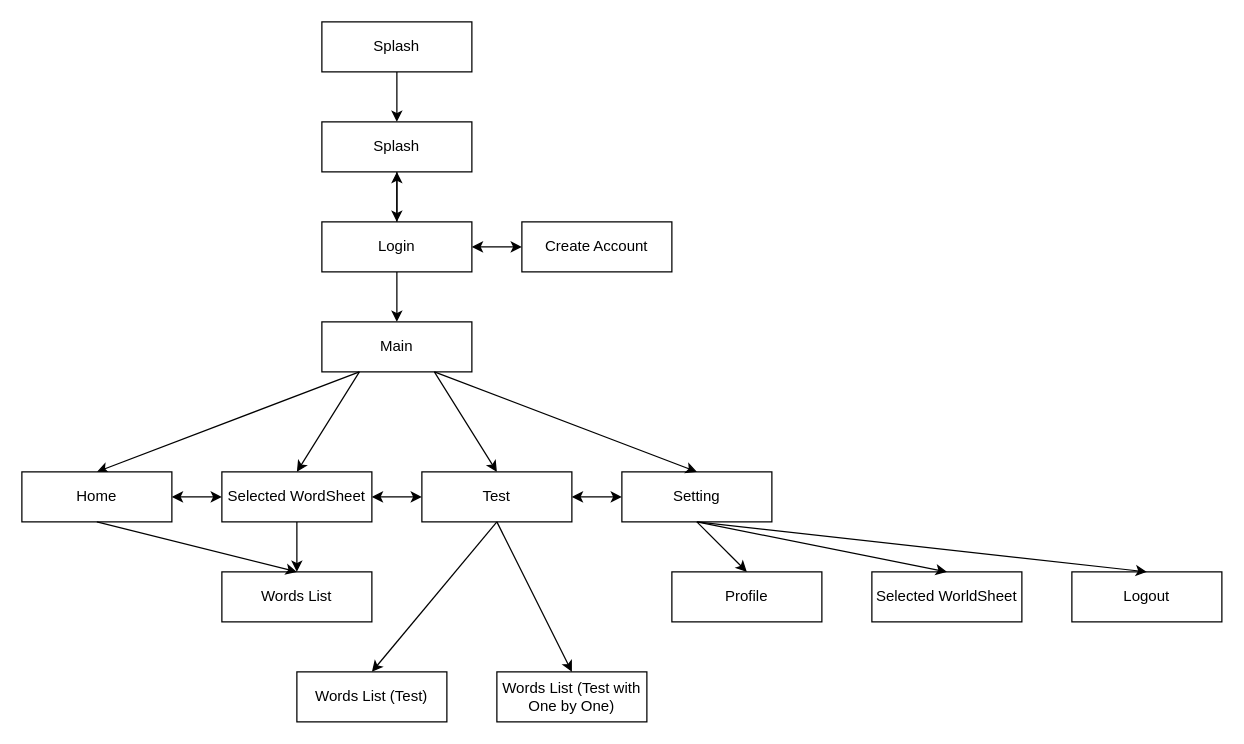
This is EnglishWordApp/EnglishWordApp Diagram.drawio from HJTN/Android-Studio-Study, a draw.io file, before an edit. Source tidied: cells renumbered, new cells numbered last; positions are measured from the earlier drawing's top-left corner, leaving out a move shared by most shapes. Both pictures are drawn from the tidied source at 125%, with x=0, y=0 at pixel (21, 21).
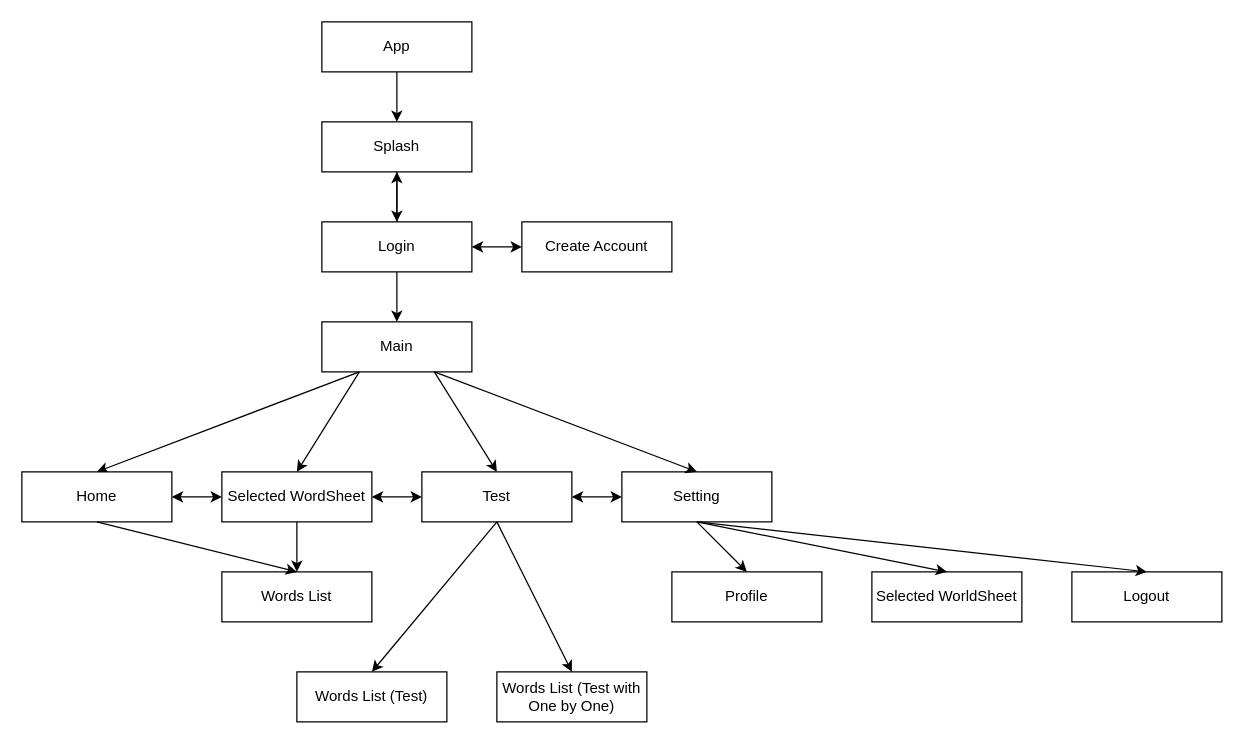
The same page after the edit.

The edit, as a diff of the source:
```diff
@@
-    <mxCell id="34" value="Splash" style="rounded=0;whiteSpace=wrap;html=1;" parent="1" vertex="1">
+    <mxCell id="34" value="App" style="rounded=0;whiteSpace=wrap;html=1;" parent="1" vertex="1">
       <mxGeometry x="240" width="120" height="40" as="geometry" />
     </mxCell>
```
